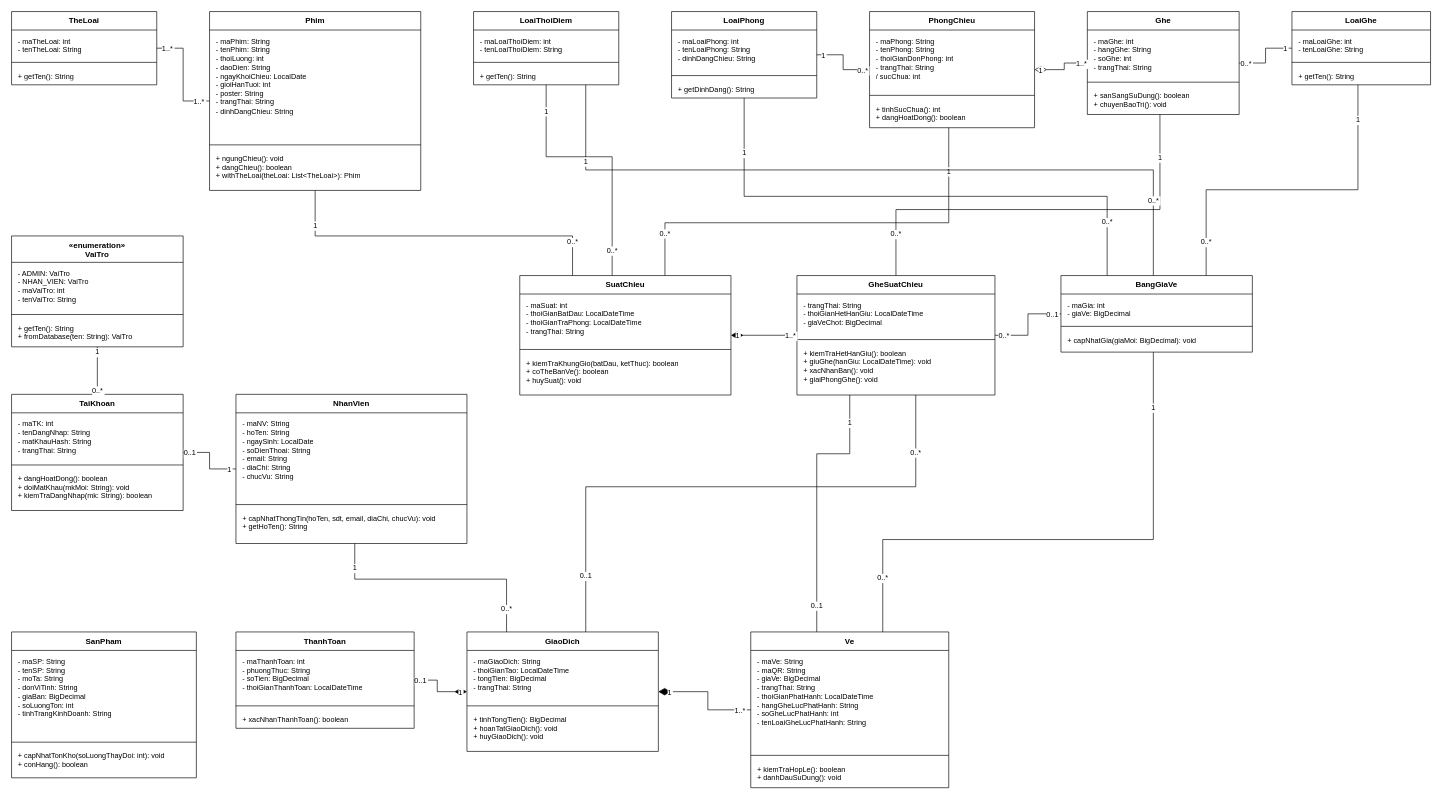
Above: docs/SoDoLop_RapChieuPhim.drawio in ThanhDat-png/OOAD-ManagerCinema (draw.io), before the change. Source tidied: cells renumbered, new cells numbered last; positions are measured from the earlier drawing's top-left corner, leaving out a move shared by most shapes. Both pictures are drawn from the tidied source at 66%, with x=0, y=0 at pixel (11, 11).
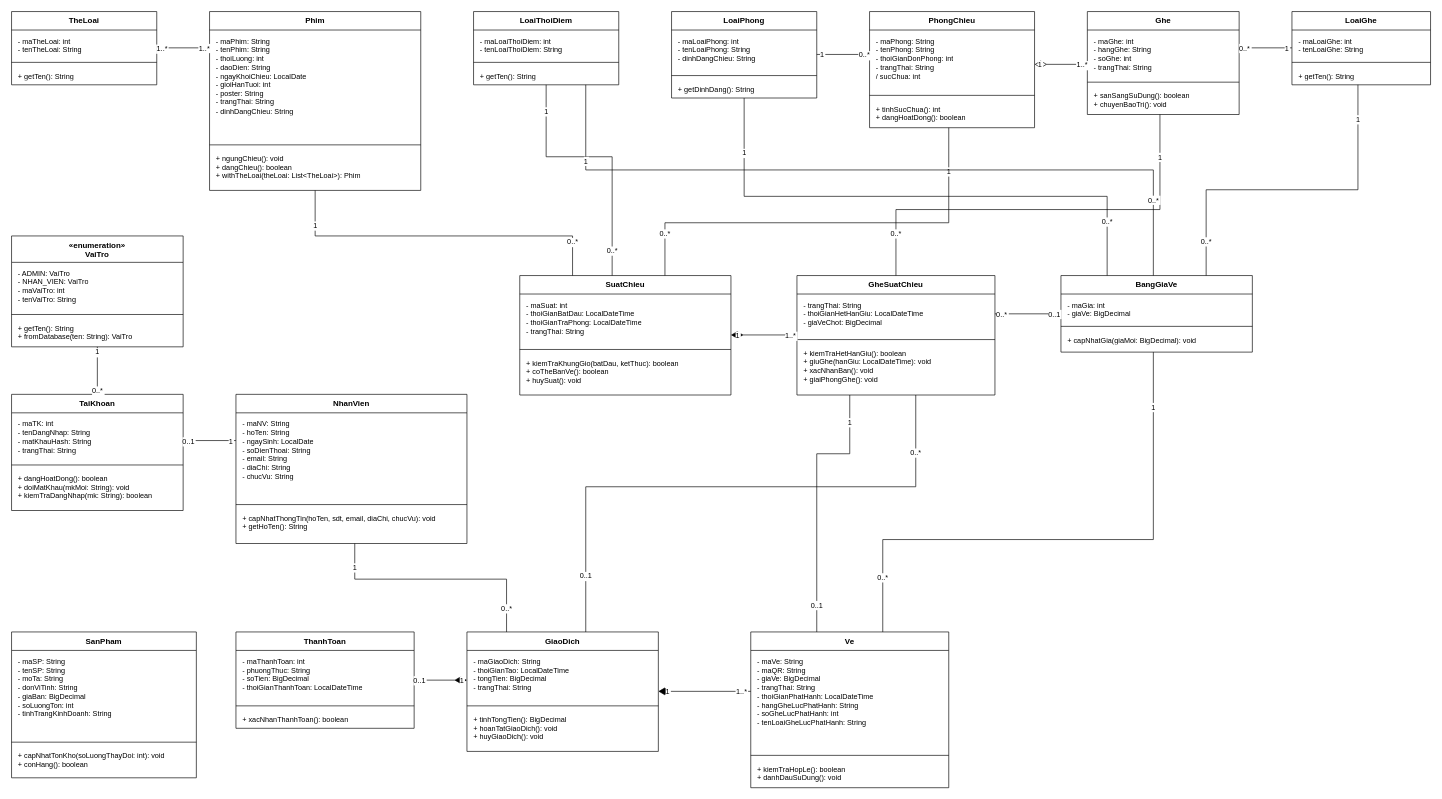
After the change.

The change refers to these unchanged cells:
```xml
<mxCell id="2" value="TheLoai" style="swimlane;fontStyle=1;align=center;verticalAlign=top;horizontal=1;startSize=28;html=0;whiteSpace=wrap;rounded=0;fillColor=#FFFFFF;strokeColor=#000000;strokeWidth=1;fontSize=12;fontColor=#000000;" parent="1" vertex="1">
  <mxGeometry width="220" height="111" as="geometry" />
</mxCell>
<mxCell id="6" value="Phim" style="swimlane;fontStyle=1;align=center;verticalAlign=top;horizontal=1;startSize=28;html=0;whiteSpace=wrap;rounded=0;fillColor=#FFFFFF;strokeColor=#000000;strokeWidth=1;fontSize=12;fontColor=#000000;" parent="1" vertex="1">
  <mxGeometry x="300" width="320" height="271" as="geometry" />
</mxCell>
<mxCell id="10" value="LoaiThoiDiem" style="swimlane;fontStyle=1;align=center;verticalAlign=top;horizontal=1;startSize=28;html=0;whiteSpace=wrap;rounded=0;fillColor=#FFFFFF;strokeColor=#000000;strokeWidth=1;fontSize=12;fontColor=#000000;" parent="1" vertex="1">
  <mxGeometry x="700" width="220" height="111" as="geometry" />
</mxCell>
<mxCell id="14" value="LoaiPhong" style="swimlane;fontStyle=1;align=center;verticalAlign=top;horizontal=1;startSize=28;html=0;whiteSpace=wrap;rounded=0;fillColor=#FFFFFF;strokeColor=#000000;strokeWidth=1;fontSize=12;fontColor=#000000;" parent="1" vertex="1">
  <mxGeometry x="1000" width="220" height="131" as="geometry" />
</mxCell>
<mxCell id="18" value="PhongChieu" style="swimlane;fontStyle=1;align=center;verticalAlign=top;horizontal=1;startSize=28;html=0;whiteSpace=wrap;rounded=0;fillColor=#FFFFFF;strokeColor=#000000;strokeWidth=1;fontSize=12;fontColor=#000000;" parent="1" vertex="1">
  <mxGeometry x="1300" width="250" height="176" as="geometry" />
</mxCell>
<mxCell id="22" value="Ghe" style="swimlane;fontStyle=1;align=center;verticalAlign=top;horizontal=1;startSize=28;html=0;whiteSpace=wrap;rounded=0;fillColor=#FFFFFF;strokeColor=#000000;strokeWidth=1;fontSize=12;fontColor=#000000;" parent="1" vertex="1">
  <mxGeometry x="1630" width="230" height="156" as="geometry" />
</mxCell>
<mxCell id="26" value="LoaiGhe" style="swimlane;fontStyle=1;align=center;verticalAlign=top;horizontal=1;startSize=28;html=0;whiteSpace=wrap;rounded=0;fillColor=#FFFFFF;strokeColor=#000000;strokeWidth=1;fontSize=12;fontColor=#000000;" parent="1" vertex="1">
  <mxGeometry x="1940" width="210" height="111" as="geometry" />
</mxCell>
<mxCell id="30" value="«enumeration»&#10;VaiTro" style="swimlane;fontStyle=1;align=center;verticalAlign=top;horizontal=1;startSize=40;html=0;whiteSpace=wrap;rounded=0;fillColor=#FFFFFF;strokeColor=#000000;strokeWidth=1;fontSize=12;fontColor=#000000;" parent="1" vertex="1">
  <mxGeometry y="340" width="260" height="168" as="geometry" />
</mxCell>
<mxCell id="34" value="TaiKhoan" style="swimlane;fontStyle=1;align=center;verticalAlign=top;horizontal=1;startSize=28;html=0;whiteSpace=wrap;rounded=0;fillColor=#FFFFFF;strokeColor=#000000;strokeWidth=1;fontSize=12;fontColor=#000000;" parent="1" vertex="1">
  <mxGeometry y="580" width="260" height="176" as="geometry" />
</mxCell>
<mxCell id="38" value="NhanVien" style="swimlane;fontStyle=1;align=center;verticalAlign=top;horizontal=1;startSize=28;html=0;whiteSpace=wrap;rounded=0;fillColor=#FFFFFF;strokeColor=#000000;strokeWidth=1;fontSize=12;fontColor=#000000;" parent="1" vertex="1">
  <mxGeometry x="340" y="580" width="350" height="226" as="geometry" />
</mxCell>
<mxCell id="42" value="SuatChieu" style="swimlane;fontStyle=1;align=center;verticalAlign=top;horizontal=1;startSize=28;html=0;whiteSpace=wrap;rounded=0;fillColor=#FFFFFF;strokeColor=#000000;strokeWidth=1;fontSize=12;fontColor=#000000;" parent="1" vertex="1">
  <mxGeometry x="770" y="400" width="320" height="181" as="geometry" />
</mxCell>
<mxCell id="46" value="GheSuatChieu" style="swimlane;fontStyle=1;align=center;verticalAlign=top;horizontal=1;startSize=28;html=0;whiteSpace=wrap;rounded=0;fillColor=#FFFFFF;strokeColor=#000000;strokeWidth=1;fontSize=12;fontColor=#000000;" parent="1" vertex="1">
  <mxGeometry x="1190" y="400" width="300" height="181" as="geometry" />
</mxCell>
<mxCell id="50" value="BangGiaVe" style="swimlane;fontStyle=1;align=center;verticalAlign=top;horizontal=1;startSize=28;html=0;whiteSpace=wrap;rounded=0;fillColor=#FFFFFF;strokeColor=#000000;strokeWidth=1;fontSize=12;fontColor=#000000;" parent="1" vertex="1">
  <mxGeometry x="1590" y="400" width="290" height="116" as="geometry" />
</mxCell>
<mxCell id="58" value="ThanhToan" style="swimlane;fontStyle=1;align=center;verticalAlign=top;horizontal=1;startSize=28;html=0;whiteSpace=wrap;rounded=0;fillColor=#FFFFFF;strokeColor=#000000;strokeWidth=1;fontSize=12;fontColor=#000000;" parent="1" vertex="1">
  <mxGeometry x="340" y="940" width="270" height="146" as="geometry" />
</mxCell>
<mxCell id="62" value="GiaoDich" style="swimlane;fontStyle=1;align=center;verticalAlign=top;horizontal=1;startSize=28;html=0;whiteSpace=wrap;rounded=0;fillColor=#FFFFFF;strokeColor=#000000;strokeWidth=1;fontSize=12;fontColor=#000000;" parent="1" vertex="1">
  <mxGeometry x="690" y="940" width="290" height="181" as="geometry" />
</mxCell>
<mxCell id="66" value="Ve" style="swimlane;fontStyle=1;align=center;verticalAlign=top;horizontal=1;startSize=28;html=0;whiteSpace=wrap;rounded=0;fillColor=#FFFFFF;strokeColor=#000000;strokeWidth=1;fontSize=12;fontColor=#000000;" parent="1" vertex="1">
  <mxGeometry x="1120" y="940" width="300" height="236" as="geometry" />
</mxCell>
```

What changed in the source:
```diff
@@
-    <mxCell id="70" style="edgeStyle=orthogonalEdgeStyle;rounded=0;jettySize=auto;html=0;strokeWidth=1;strokeColor=#000000;dashed=0;startArrow=none;endArrow=none;startFill=0;endFill=0;startSize=14;endSize=14;" parent="1" edge="1" source="30" target="34">
+    <mxCell id="70" style="edgeStyle=orthogonalEdgeStyle;rounded=0;jettySize=auto;html=0;strokeWidth=1;strokeColor=#000000;dashed=0;startArrow=none;endArrow=none;startFill=0;endFill=0;startSize=14;endSize=14;exitX=0.5;exitY=1.0;exitDx=0;exitDy=0;entryX=0.5;entryY=0.0;entryDx=0;entryDy=0;" parent="1" edge="1" source="30" target="34">
       <mxGeometry relative="1" as="geometry" />
     </mxCell>
@@
-    <mxCell id="73" style="edgeStyle=orthogonalEdgeStyle;rounded=0;jettySize=auto;html=0;strokeWidth=1;strokeColor=#000000;dashed=0;startArrow=none;endArrow=none;startFill=0;endFill=0;startSize=14;endSize=14;" parent="1" edge="1" source="38" target="34">
+    <mxCell id="73" style="edgeStyle=orthogonalEdgeStyle;rounded=0;jettySize=auto;html=0;strokeWidth=1;strokeColor=#000000;dashed=0;startArrow=none;endArrow=none;startFill=0;endFill=0;startSize=14;endSize=14;exitX=0.0;exitY=0.30973;exitDx=0;exitDy=0;entryX=1.0;entryY=0.39773;entryDx=0;entryDy=0;" parent="1" edge="1" source="38" target="34">
       <mxGeometry relative="1" as="geometry" />
     </mxCell>
@@
-    <mxCell id="76" style="edgeStyle=orthogonalEdgeStyle;rounded=0;jettySize=auto;html=0;strokeWidth=1;strokeColor=#000000;dashed=0;startArrow=none;endArrow=none;startFill=0;endFill=0;startSize=14;endSize=14;" parent="1" edge="1" source="2" target="6">
+    <mxCell id="76" style="edgeStyle=orthogonalEdgeStyle;rounded=0;jettySize=auto;html=0;strokeWidth=1;strokeColor=#000000;dashed=0;startArrow=none;endArrow=none;startFill=0;endFill=0;startSize=14;endSize=14;exitX=1.0;exitY=0.4955;exitDx=0;exitDy=0;entryX=0.0;entryY=0.20295;entryDx=0;entryDy=0;" parent="1" edge="1" source="2" target="6">
       <mxGeometry relative="1" as="geometry" />
     </mxCell>
@@
-    <mxCell id="79" style="edgeStyle=orthogonalEdgeStyle;rounded=0;jettySize=auto;html=0;strokeWidth=1;strokeColor=#000000;dashed=0;startArrow=none;endArrow=none;startFill=0;endFill=0;startSize=14;endSize=14;" parent="1" edge="1" source="14" target="18">
+    <mxCell id="79" style="edgeStyle=orthogonalEdgeStyle;rounded=0;jettySize=auto;html=0;strokeWidth=1;strokeColor=#000000;dashed=0;startArrow=none;endArrow=none;startFill=0;endFill=0;startSize=14;endSize=14;exitX=1.0;exitY=0.49618;exitDx=0;exitDy=0;entryX=0.0;entryY=0.36932;entryDx=0;entryDy=0;" parent="1" edge="1" source="14" target="18">
       <mxGeometry relative="1" as="geometry" />
     </mxCell>
@@
-    <mxCell id="82" style="edgeStyle=orthogonalEdgeStyle;rounded=0;jettySize=auto;html=0;strokeWidth=1;strokeColor=#000000;dashed=0;startArrow=diamondThin;endArrow=none;startFill=0;endFill=0;startSize=16;endSize=14;" parent="1" edge="1" source="18" target="22">
+    <mxCell id="82" style="edgeStyle=orthogonalEdgeStyle;rounded=0;jettySize=auto;html=0;strokeWidth=1;strokeColor=#000000;dashed=0;startArrow=diamondThin;endArrow=none;startFill=0;endFill=0;startSize=16;endSize=14;exitX=1.0;exitY=0.45455;exitDx=0;exitDy=0;entryX=0.0;entryY=0.51282;entryDx=0;entryDy=0;" parent="1" edge="1" source="18" target="22">
       <mxGeometry relative="1" as="geometry" />
     </mxCell>
@@
-    <mxCell id="85" style="edgeStyle=orthogonalEdgeStyle;rounded=0;jettySize=auto;html=0;strokeWidth=1;strokeColor=#000000;dashed=0;startArrow=none;endArrow=none;startFill=0;endFill=0;startSize=14;endSize=14;" parent="1" edge="1" source="26" target="22">
+    <mxCell id="85" style="edgeStyle=orthogonalEdgeStyle;rounded=0;jettySize=auto;html=0;strokeWidth=1;strokeColor=#000000;dashed=0;startArrow=none;endArrow=none;startFill=0;endFill=0;startSize=14;endSize=14;exitX=0.0;exitY=0.4955;exitDx=0;exitDy=0;entryX=1.0;entryY=0.35256;entryDx=0;entryDy=0;" parent="1" edge="1" source="26" target="22">
       <mxGeometry relative="1" as="geometry" />
     </mxCell>
@@
-    <mxCell id="88" style="edgeStyle=orthogonalEdgeStyle;rounded=0;jettySize=auto;html=0;strokeWidth=1;strokeColor=#000000;dashed=0;startArrow=none;endArrow=none;startFill=0;endFill=0;startSize=14;endSize=14;" parent="1" edge="1" source="38" target="62">
+    <mxCell id="88" style="edgeStyle=orthogonalEdgeStyle;rounded=0;jettySize=auto;html=0;strokeWidth=1;strokeColor=#000000;dashed=0;startArrow=none;endArrow=none;startFill=0;endFill=0;startSize=14;endSize=14;exitX=0.51429;exitY=1.0;exitDx=0;exitDy=0;entryX=0.2069;entryY=0.0;entryDx=0;entryDy=0;" parent="1" edge="1" source="38" target="62">
       <mxGeometry relative="1" as="geometry">
         <Array as="points">
           <mxPoint x="520" y="860" />
           <mxPoint x="750" y="860" />
         </Array>
       </mxGeometry>
     </mxCell>
@@
-    <mxCell id="91" style="edgeStyle=orthogonalEdgeStyle;rounded=0;jettySize=auto;html=0;strokeWidth=1;strokeColor=#000000;dashed=0;startArrow=none;endArrow=none;startFill=0;endFill=0;startSize=14;endSize=14;" parent="1" edge="1" source="6" target="42">
+    <mxCell id="91" style="edgeStyle=orthogonalEdgeStyle;rounded=0;jettySize=auto;html=0;strokeWidth=1;strokeColor=#000000;dashed=0;startArrow=none;endArrow=none;startFill=0;endFill=0;startSize=14;endSize=14;exitX=0.5;exitY=1.0;exitDx=0;exitDy=0;entryX=0.25;entryY=0.0;entryDx=0;entryDy=0;" parent="1" edge="1" source="6" target="42">
       <mxGeometry relative="1" as="geometry">
         <Array as="points">
           <mxPoint x="460" y="340" />
           <mxPoint x="850" y="340" />
         </Array>
       </mxGeometry>
     </mxCell>
@@
-    <mxCell id="94" style="edgeStyle=orthogonalEdgeStyle;rounded=0;jettySize=auto;html=0;strokeWidth=1;strokeColor=#000000;dashed=0;startArrow=none;endArrow=none;startFill=0;endFill=0;startSize=14;endSize=14;" parent="1" edge="1" source="10" target="42">
+    <mxCell id="94" style="edgeStyle=orthogonalEdgeStyle;rounded=0;jettySize=auto;html=0;strokeWidth=1;strokeColor=#000000;dashed=0;startArrow=none;endArrow=none;startFill=0;endFill=0;startSize=14;endSize=14;exitX=0.5;exitY=1.0;exitDx=0;exitDy=0;entryX=0.4375;entryY=0.0;entryDx=0;entryDy=0;" parent="1" edge="1" source="10" target="42">
       <mxGeometry relative="1" as="geometry">
         <Array as="points">
           <mxPoint x="810" y="220" />
           <mxPoint x="910" y="220" />
         </Array>
       </mxGeometry>
     </mxCell>
@@
-    <mxCell id="97" style="edgeStyle=orthogonalEdgeStyle;rounded=0;jettySize=auto;html=0;strokeWidth=1;strokeColor=#000000;dashed=0;startArrow=diamondThin;endArrow=none;startFill=1;endFill=0;startSize=16;endSize=14;" parent="1" edge="1" source="42" target="46">
+    <mxCell id="97" style="edgeStyle=orthogonalEdgeStyle;rounded=0;jettySize=auto;html=0;strokeWidth=1;strokeColor=#000000;dashed=0;startArrow=diamondThin;endArrow=none;startFill=1;endFill=0;startSize=16;endSize=14;exitX=1.0;exitY=0.49724;exitDx=0;exitDy=0;entryX=0.0;entryY=0.49724;entryDx=0;entryDy=0;" parent="1" edge="1" source="42" target="46">
       <mxGeometry relative="1" as="geometry" />
     </mxCell>
@@
-    <mxCell id="100" style="edgeStyle=orthogonalEdgeStyle;rounded=0;jettySize=auto;html=0;strokeWidth=1;strokeColor=#000000;dashed=0;startArrow=none;endArrow=none;startFill=0;endFill=0;startSize=14;endSize=14;" parent="1" edge="1" source="18" target="42">
+    <mxCell id="100" style="edgeStyle=orthogonalEdgeStyle;rounded=0;jettySize=auto;html=0;strokeWidth=1;strokeColor=#000000;dashed=0;startArrow=none;endArrow=none;startFill=0;endFill=0;startSize=14;endSize=14;exitX=0.48;exitY=1.0;exitDx=0;exitDy=0;entryX=0.6875;entryY=0.0;entryDx=0;entryDy=0;" parent="1" edge="1" source="18" target="42">
       <mxGeometry relative="1" as="geometry">
         <Array as="points">
           <mxPoint x="1420" y="320" />
           <mxPoint x="990" y="320" />
         </Array>
       </mxGeometry>
     </mxCell>
@@
-    <mxCell id="103" style="edgeStyle=orthogonalEdgeStyle;rounded=0;jettySize=auto;html=0;strokeWidth=1;strokeColor=#000000;dashed=0;startArrow=none;endArrow=none;startFill=0;endFill=0;startSize=14;endSize=14;" parent="1" edge="1" source="22" target="46">
+    <mxCell id="103" style="edgeStyle=orthogonalEdgeStyle;rounded=0;jettySize=auto;html=0;strokeWidth=1;strokeColor=#000000;dashed=0;startArrow=none;endArrow=none;startFill=0;endFill=0;startSize=14;endSize=14;exitX=0.47826;exitY=1.0;exitDx=0;exitDy=0;entryX=0.5;entryY=0.0;entryDx=0;entryDy=0;" parent="1" edge="1" source="22" target="46">
       <mxGeometry relative="1" as="geometry">
         <Array as="points">
           <mxPoint x="1740" y="300" />
           <mxPoint x="1340" y="300" />
         </Array>
       </mxGeometry>
     </mxCell>
@@
-    <mxCell id="106" style="edgeStyle=orthogonalEdgeStyle;rounded=0;jettySize=auto;html=0;strokeWidth=1;strokeColor=#000000;dashed=0;startArrow=none;endArrow=none;startFill=0;endFill=0;startSize=14;endSize=14;" parent="1" edge="1" source="14" target="50">
+    <mxCell id="106" style="edgeStyle=orthogonalEdgeStyle;rounded=0;jettySize=auto;html=0;strokeWidth=1;strokeColor=#000000;dashed=0;startArrow=none;endArrow=none;startFill=0;endFill=0;startSize=14;endSize=14;exitX=0.5;exitY=1.0;exitDx=0;exitDy=0;entryX=0.24138;entryY=0.0;entryDx=0;entryDy=0;" parent="1" edge="1" source="14" target="50">
       <mxGeometry relative="1" as="geometry">
         <Array as="points">
           <mxPoint x="1110" y="280" />
           <mxPoint x="1660" y="280" />
         </Array>
       </mxGeometry>
     </mxCell>
@@
-    <mxCell id="109" style="edgeStyle=orthogonalEdgeStyle;rounded=0;jettySize=auto;html=0;strokeWidth=1;strokeColor=#000000;dashed=0;startArrow=none;endArrow=none;startFill=0;endFill=0;startSize=14;endSize=14;" parent="1" edge="1" source="26" target="50">
+    <mxCell id="109" style="edgeStyle=orthogonalEdgeStyle;rounded=0;jettySize=auto;html=0;strokeWidth=1;strokeColor=#000000;dashed=0;startArrow=none;endArrow=none;startFill=0;endFill=0;startSize=14;endSize=14;exitX=0.47619;exitY=1.0;exitDx=0;exitDy=0;entryX=0.75862;entryY=0.0;entryDx=0;entryDy=0;" parent="1" edge="1" source="26" target="50">
       <mxGeometry relative="1" as="geometry">
         <Array as="points">
           <mxPoint x="2040" y="270" />
           <mxPoint x="1810" y="270" />
         </Array>
       </mxGeometry>
     </mxCell>
@@
-    <mxCell id="112" style="edgeStyle=orthogonalEdgeStyle;rounded=0;jettySize=auto;html=0;strokeWidth=1;strokeColor=#000000;dashed=0;startArrow=none;endArrow=none;startFill=0;endFill=0;startSize=14;endSize=14;" parent="1" edge="1" source="10" target="50">
+    <mxCell id="112" style="edgeStyle=orthogonalEdgeStyle;rounded=0;jettySize=auto;html=0;strokeWidth=1;strokeColor=#000000;dashed=0;startArrow=none;endArrow=none;startFill=0;endFill=0;startSize=14;endSize=14;exitX=0.77273;exitY=1.0;exitDx=0;exitDy=0;entryX=0.48276;entryY=0.0;entryDx=0;entryDy=0;" parent="1" edge="1" source="10" target="50">
       <mxGeometry relative="1" as="geometry">
         <Array as="points">
           <mxPoint x="870" y="240" />
           <mxPoint x="1730" y="240" />
         </Array>
       </mxGeometry>
     </mxCell>
@@
-    <mxCell id="115" style="edgeStyle=orthogonalEdgeStyle;rounded=0;jettySize=auto;html=0;strokeWidth=1;strokeColor=#000000;dashed=0;startArrow=none;endArrow=none;startFill=0;endFill=0;startSize=14;endSize=14;" parent="1" edge="1" source="50" target="46">
+    <mxCell id="115" style="edgeStyle=orthogonalEdgeStyle;rounded=0;jettySize=auto;html=0;strokeWidth=1;strokeColor=#000000;dashed=0;startArrow=none;endArrow=none;startFill=0;endFill=0;startSize=14;endSize=14;exitX=0.0;exitY=0.5;exitDx=0;exitDy=0;entryX=1.0;entryY=0.32044;entryDx=0;entryDy=0;" parent="1" edge="1" source="50" target="46">
       <mxGeometry relative="1" as="geometry" />
     </mxCell>
@@
-    <mxCell id="118" style="edgeStyle=orthogonalEdgeStyle;rounded=0;jettySize=auto;html=0;strokeWidth=1;strokeColor=#000000;dashed=0;startArrow=diamondThin;endArrow=none;startFill=1;endFill=0;startSize=16;endSize=14;" parent="1" edge="1" source="62" target="58">
+    <mxCell id="118" style="edgeStyle=orthogonalEdgeStyle;rounded=0;jettySize=auto;html=0;strokeWidth=1;strokeColor=#000000;dashed=0;startArrow=diamondThin;endArrow=none;startFill=1;endFill=0;startSize=16;endSize=14;exitX=0.0;exitY=0.40331;exitDx=0;exitDy=0;entryX=1.0;entryY=0.5;entryDx=0;entryDy=0;" parent="1" edge="1" source="62" target="58">
       <mxGeometry relative="1" as="geometry" />
     </mxCell>
@@
-    <mxCell id="121" style="edgeStyle=orthogonalEdgeStyle;rounded=0;jettySize=auto;html=0;strokeWidth=1;strokeColor=#000000;dashed=0;startArrow=diamondThin;endArrow=none;startFill=1;endFill=0;startSize=16;endSize=14;" parent="1" edge="1" source="62" target="66">
+    <mxCell id="121" style="edgeStyle=orthogonalEdgeStyle;rounded=0;jettySize=auto;html=0;strokeWidth=1;strokeColor=#000000;dashed=0;startArrow=diamondThin;endArrow=none;startFill=1;endFill=0;startSize=16;endSize=14;exitX=1.0;exitY=0.49724;exitDx=0;exitDy=0;entryX=0.0;entryY=0.38136;entryDx=0;entryDy=0;" parent="1" edge="1" source="62" target="66">
       <mxGeometry relative="1" as="geometry" />
     </mxCell>
@@
-    <mxCell id="124" style="edgeStyle=orthogonalEdgeStyle;rounded=0;jettySize=auto;html=0;strokeWidth=1;strokeColor=#000000;dashed=0;startArrow=none;endArrow=none;startFill=0;endFill=0;startSize=14;endSize=14;" parent="1" edge="1" source="46" target="66">
+    <mxCell id="124" style="edgeStyle=orthogonalEdgeStyle;rounded=0;jettySize=auto;html=0;strokeWidth=1;strokeColor=#000000;dashed=0;startArrow=none;endArrow=none;startFill=0;endFill=0;startSize=14;endSize=14;exitX=0.26667;exitY=1.0;exitDx=0;exitDy=0;entryX=0.33333;entryY=0.0;entryDx=0;entryDy=0;" parent="1" edge="1" source="46" target="66">
       <mxGeometry relative="1" as="geometry">
         <Array as="points">
           <mxPoint x="1270" y="670" />
           <mxPoint x="1220" y="670" />
         </Array>
       </mxGeometry>
     </mxCell>
@@
-    <mxCell id="127" style="edgeStyle=orthogonalEdgeStyle;rounded=0;jettySize=auto;html=0;strokeWidth=1;strokeColor=#000000;dashed=0;startArrow=none;endArrow=none;startFill=0;endFill=0;startSize=14;endSize=14;" parent="1" edge="1" source="62" target="46">
+    <mxCell id="127" style="edgeStyle=orthogonalEdgeStyle;rounded=0;jettySize=auto;html=0;strokeWidth=1;strokeColor=#000000;dashed=0;startArrow=none;endArrow=none;startFill=0;endFill=0;startSize=14;endSize=14;exitX=0.62069;exitY=0.0;exitDx=0;exitDy=0;entryX=0.6;entryY=1.0;entryDx=0;entryDy=0;" parent="1" edge="1" source="62" target="46">
       <mxGeometry relative="1" as="geometry">
         <Array as="points">
           <mxPoint x="870" y="720" />
           <mxPoint x="1370" y="720" />
         </Array>
       </mxGeometry>
     </mxCell>
@@
-    <mxCell id="130" style="edgeStyle=orthogonalEdgeStyle;rounded=0;jettySize=auto;html=0;strokeWidth=1;strokeColor=#000000;dashed=0;startArrow=none;endArrow=none;startFill=0;endFill=0;startSize=14;endSize=14;" parent="1" edge="1" source="50" target="66">
+    <mxCell id="130" style="edgeStyle=orthogonalEdgeStyle;rounded=0;jettySize=auto;html=0;strokeWidth=1;strokeColor=#000000;dashed=0;startArrow=none;endArrow=none;startFill=0;endFill=0;startSize=14;endSize=14;exitX=0.48276;exitY=1.0;exitDx=0;exitDy=0;entryX=0.66667;entryY=0.0;entryDx=0;entryDy=0;" parent="1" edge="1" source="50" target="66">
       <mxGeometry relative="1" as="geometry">
         <Array as="points">
           <mxPoint x="1730" y="800" />
           <mxPoint x="1320" y="800" />
         </Array>
       </mxGeometry>
     </mxCell>
```
